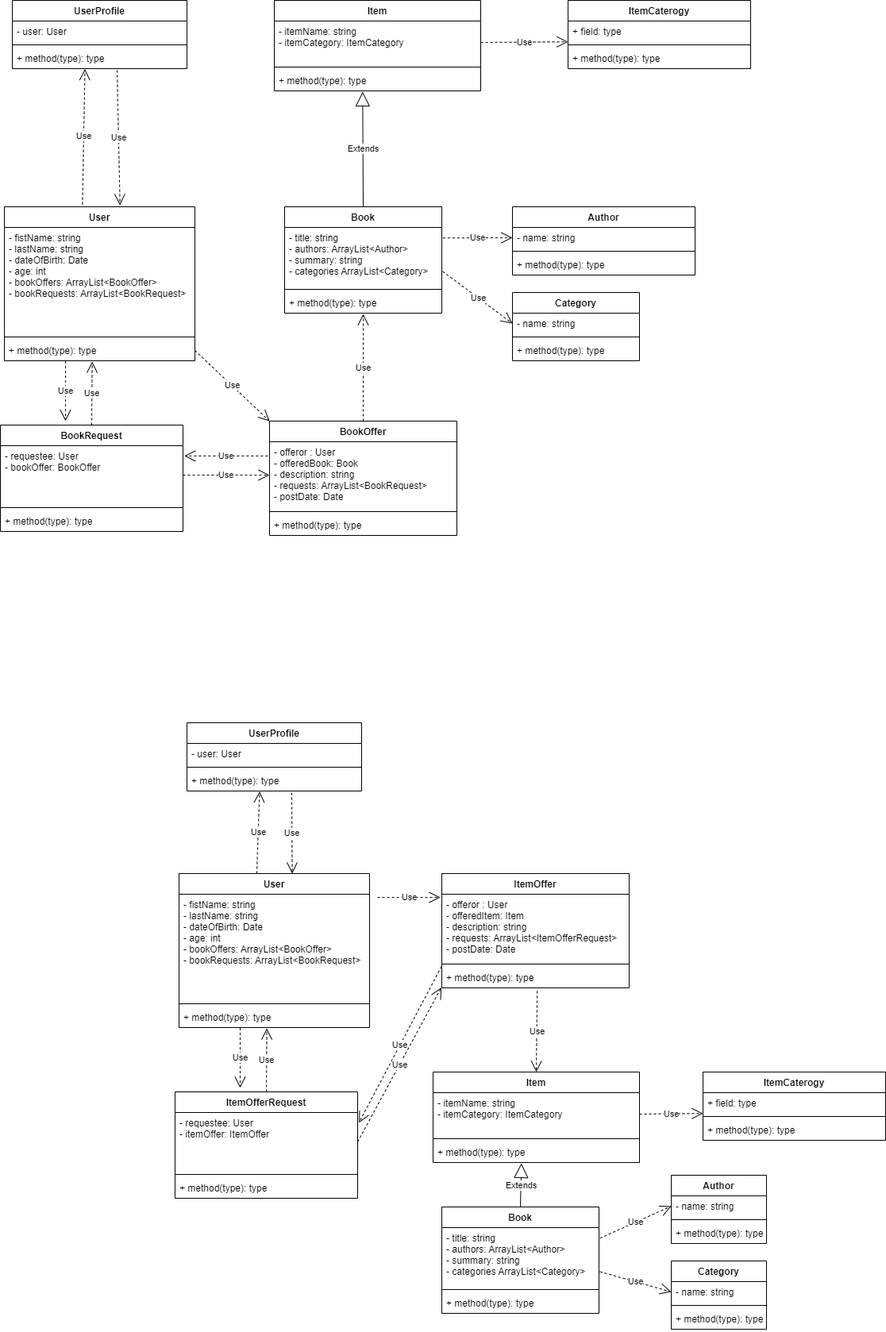
Above: design/domain.png in ObjectArmy/Book-Eater (draw.io), before the change. Source tidied: cells renumbered, new cells last; positions are measured from the earlier drawing's top-left corner, leaving out a move shared by most shapes.
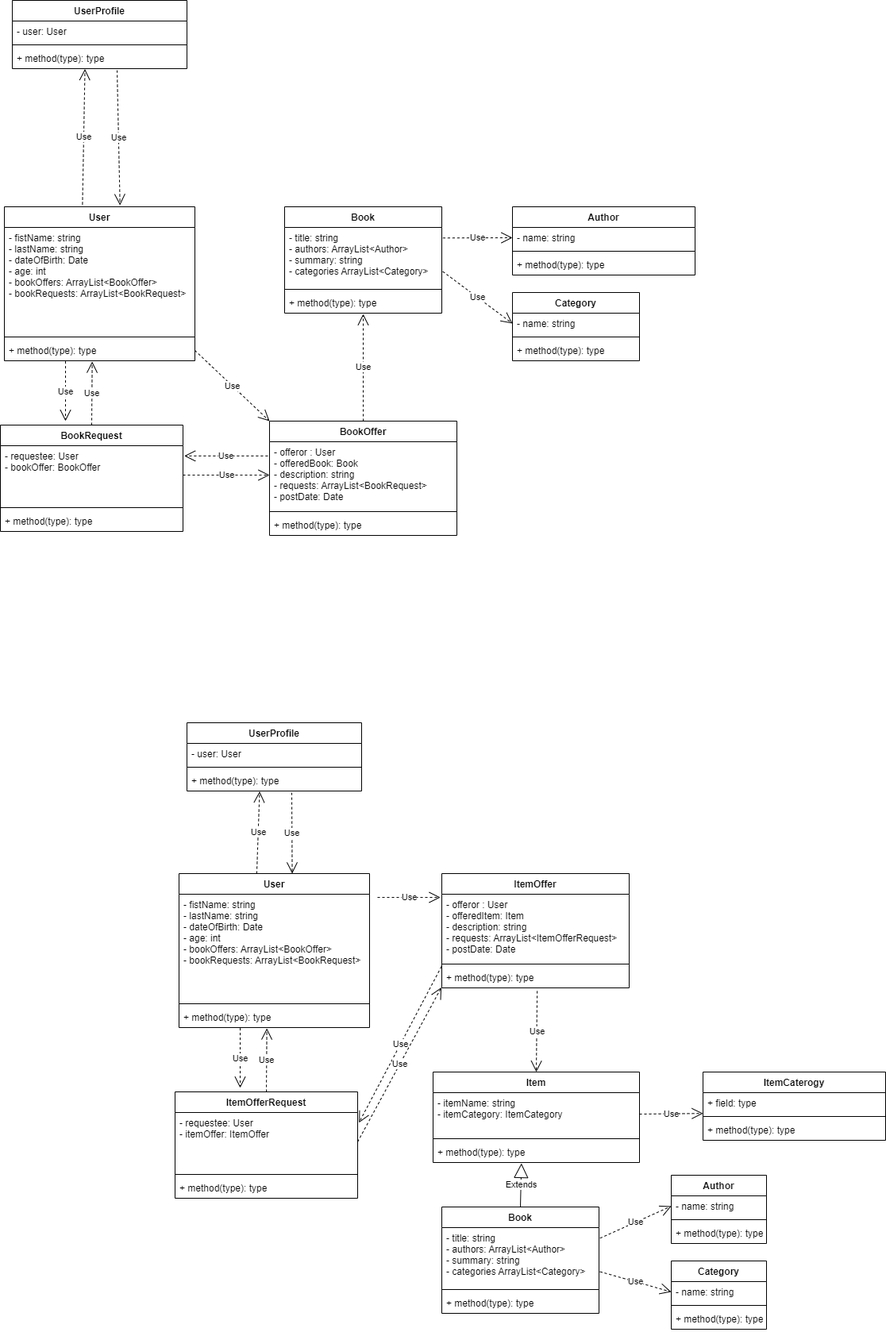
Later version of the same file.

Diff of the diagram source:
```diff
@@ -118,36 +118,6 @@
         <mxPoint x="82" y="530" as="targetPoint" />
       </mxGeometry>
     </mxCell>
-    <mxCell id="40" value="Item" style="swimlane;fontStyle=1;align=center;verticalAlign=top;horizontal=1;startSize=26;" parent="1" vertex="1">
-      <mxGeometry x="345" width="260" height="114" as="geometry" />
-    </mxCell>
-    <mxCell id="41" value="- itemName: string&#10;- itemCategory: ItemCategory" style="text;strokeColor=none;fillColor=none;align=left;verticalAlign=top;spacingLeft=4;spacingRight=4;overflow=hidden;points=[[0,0.5],[1,0.5]];portConstraint=eastwest;" parent="40" vertex="1">
-      <mxGeometry y="26" width="260" height="54" as="geometry" />
-    </mxCell>
-    <mxCell id="42" style="line;strokeWidth=1;fillColor=none;align=left;verticalAlign=middle;spacingTop=-1;spacingLeft=3;spacingRight=3;labelPosition=right;strokeColor=inherit;" parent="40" vertex="1">
-      <mxGeometry y="80" width="260" height="8" as="geometry" />
-    </mxCell>
-    <mxCell id="43" value="+ method(type): type" style="text;strokeColor=none;fillColor=none;align=left;verticalAlign=top;spacingLeft=4;spacingRight=4;overflow=hidden;points=[[0,0.5],[1,0.5]];portConstraint=eastwest;" parent="40" vertex="1">
-      <mxGeometry y="88" width="260" height="26" as="geometry" />
-    </mxCell>
-    <mxCell id="44" value="Extends" style="endArrow=block;endSize=16;endFill=0;html=1;rounded=0;entryX=0.428;entryY=1.038;entryDx=0;entryDy=0;entryPerimeter=0;exitX=0.5;exitY=0;exitDx=0;exitDy=0;" parent="1" edge="1" source="6" target="43">
-      <mxGeometry relative="1" as="geometry" />
-    </mxCell>
-    <mxCell id="45" value="ItemCaterogy" style="swimlane;fontStyle=1;align=center;verticalAlign=top;horizontal=1;startSize=26;" parent="1" vertex="1">
-      <mxGeometry x="715" width="230" height="86" as="geometry" />
-    </mxCell>
-    <mxCell id="46" value="+ field: type" style="text;strokeColor=none;fillColor=none;align=left;verticalAlign=top;spacingLeft=4;spacingRight=4;overflow=hidden;points=[[0,0.5],[1,0.5]];portConstraint=eastwest;" parent="45" vertex="1">
-      <mxGeometry y="26" width="230" height="26" as="geometry" />
-    </mxCell>
-    <mxCell id="47" style="line;strokeWidth=1;fillColor=none;align=left;verticalAlign=middle;spacingTop=-1;spacingLeft=3;spacingRight=3;labelPosition=right;strokeColor=inherit;" parent="45" vertex="1">
-      <mxGeometry y="52" width="230" height="8" as="geometry" />
-    </mxCell>
-    <mxCell id="48" value="+ method(type): type" style="text;strokeColor=none;fillColor=none;align=left;verticalAlign=top;spacingLeft=4;spacingRight=4;overflow=hidden;" parent="45" vertex="1">
-      <mxGeometry y="60" width="230" height="26" as="geometry" />
-    </mxCell>
-    <mxCell id="49" value="Use" style="endArrow=open;endSize=12;dashed=1;html=1;rounded=0;exitX=1;exitY=0.5;exitDx=0;exitDy=0;entryX=0;entryY=1.006;entryDx=0;entryDy=0;entryPerimeter=0;" parent="1" edge="1" source="41" target="46">
-      <mxGeometry relative="1" as="geometry" />
-    </mxCell>
     <mxCell id="50" value="User" style="swimlane;fontStyle=1;align=center;verticalAlign=top;horizontal=1;startSize=26;" parent="1" vertex="1">
       <mxGeometry x="225" y="1100" width="240" height="194" as="geometry" />
     </mxCell>
```
